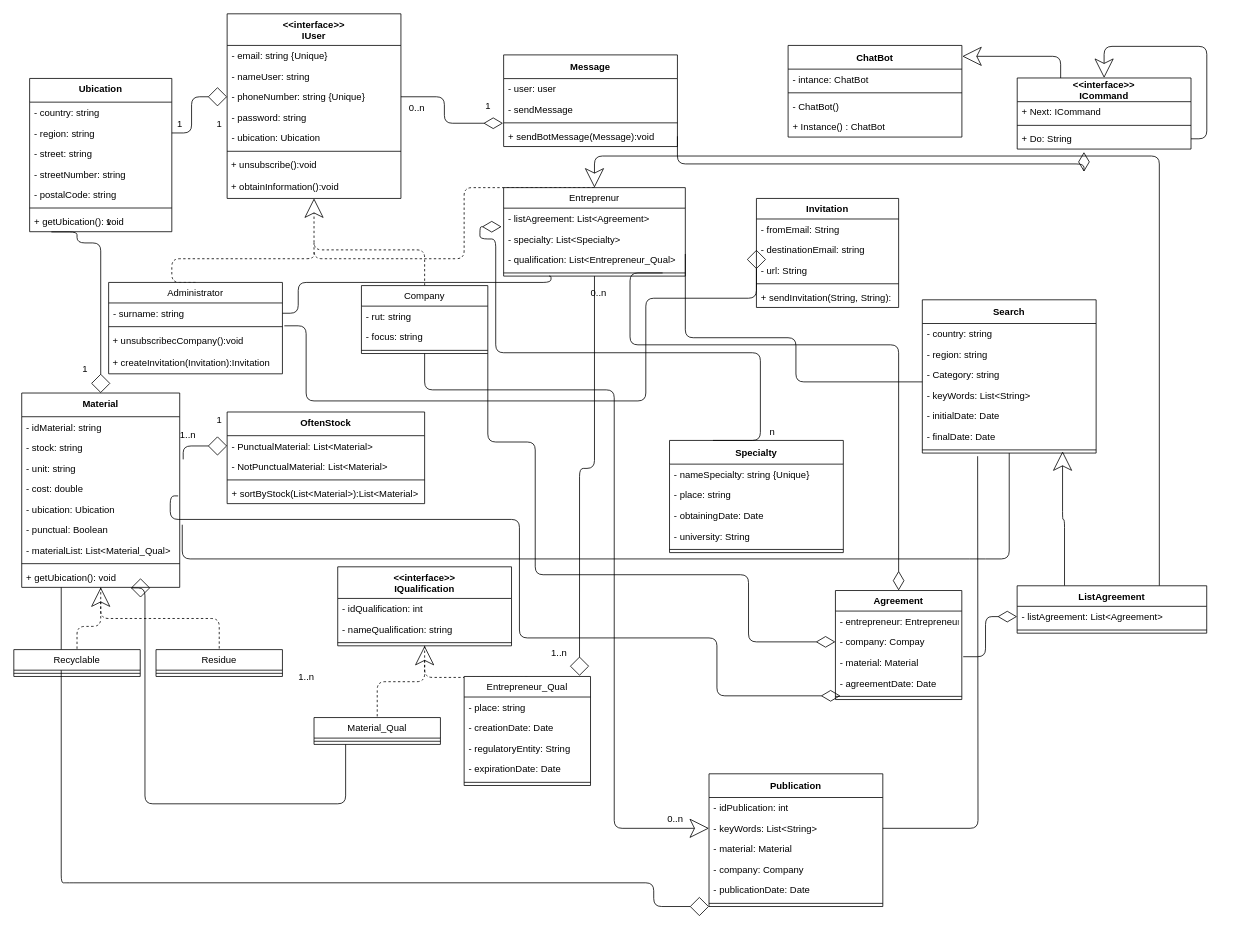
This is docs/DiagramaDeClases.drawio from kevinalvarezvicente/Final_Work_PII_2021, a draw.io file, before an edit. Source tidied: cells renumbered, new cells numbered last; positions are measured from the earlier drawing's top-left corner, leaving out a move shared by most shapes. Both pictures are drawn from the tidied source at 79%, with x=0, y=0 at pixel (13, 13).
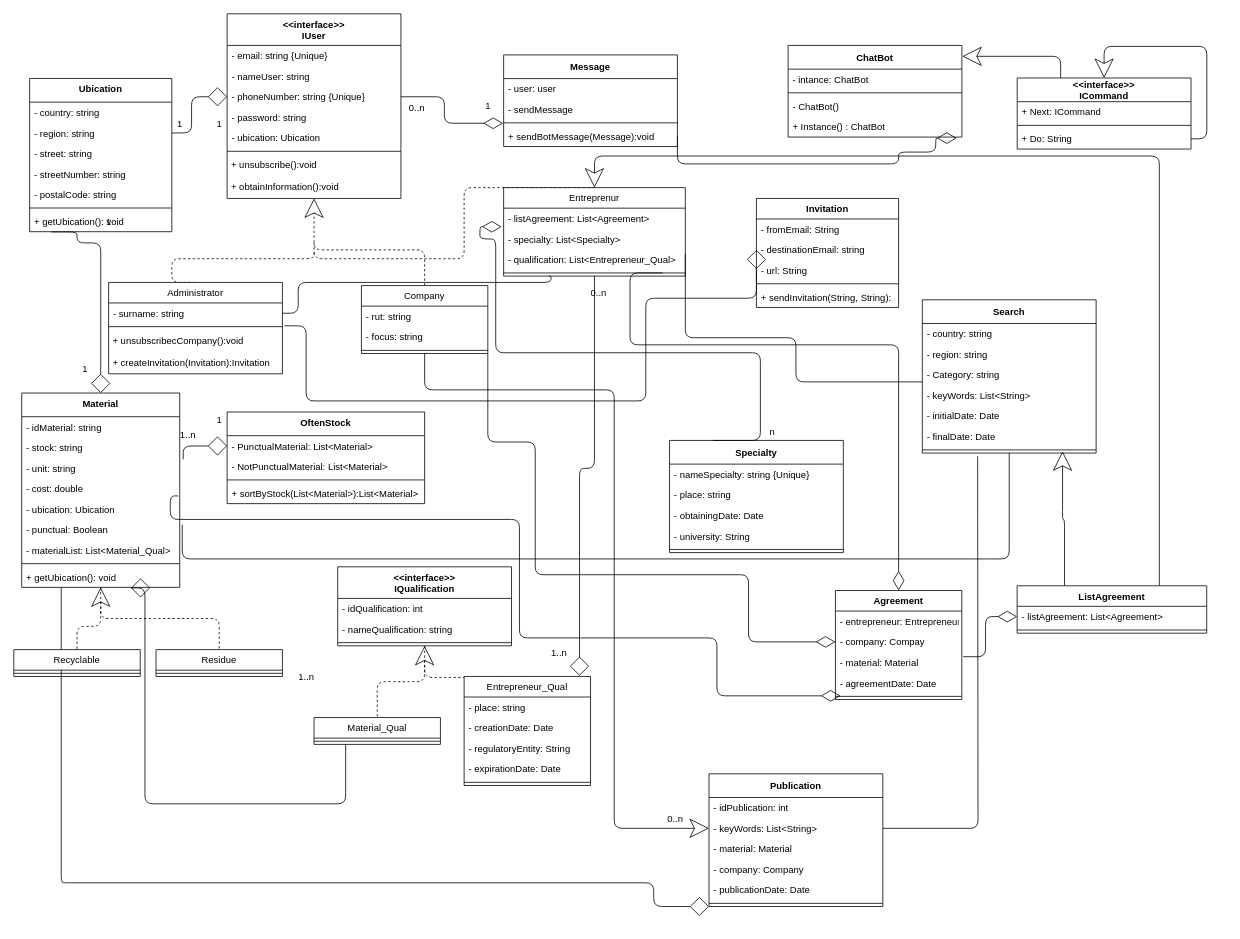
The same page after the edit.

Unchanged cells that the change refers to:
```xml
<mxCell id="101" value="+ Do: String" style="text;strokeColor=none;fillColor=none;align=left;verticalAlign=top;spacingLeft=4;spacingRight=4;overflow=hidden;points=[[0,0.5],[1,0.5]];portConstraint=eastwest;" parent="97" vertex="1">
  <mxGeometry y="64" width="220" height="26" as="geometry" />
</mxCell>
<mxCell id="107" value="+ Instance() : ChatBot" style="text;strokeColor=none;fillColor=none;align=left;verticalAlign=top;spacingLeft=4;spacingRight=4;overflow=hidden;points=[[0,0.5],[1,0.5]];portConstraint=eastwest;" parent="103" vertex="1">
  <mxGeometry y="90" width="220" height="26" as="geometry" />
</mxCell>
<mxCell id="160" value="+ sendBotMessage(Message):void" style="text;strokeColor=none;fillColor=none;align=left;verticalAlign=top;spacingLeft=4;spacingRight=4;overflow=hidden;points=[[0,0.5],[1,0.5]];portConstraint=eastwest;" parent="156" vertex="1">
  <mxGeometry y="90" width="220" height="26" as="geometry" />
</mxCell>
```

What changed in the source:
```diff
@@
-    <mxCell id="163" style="edgeStyle=orthogonalEdgeStyle;rounded=1;jettySize=auto;html=1;exitX=1;exitY=0.5;exitDx=0;exitDy=0;entryX=0.384;entryY=1.144;entryDx=0;entryDy=0;entryPerimeter=0;startArrow=none;startFill=0;startSize=22;sourcePerimeterSpacing=22;endArrow=diamondThin;endFill=0;endSize=22;targetPerimeterSpacing=18;" parent="1" edge="1" source="160" target="101">
+    <mxCell id="163" style="edgeStyle=orthogonalEdgeStyle;rounded=1;jettySize=auto;html=1;exitX=1;exitY=0.5;exitDx=0;exitDy=0;startArrow=none;startFill=0;startSize=22;sourcePerimeterSpacing=22;endArrow=diamondThin;endFill=0;endSize=22;targetPerimeterSpacing=18;entryX=0.97;entryY=1.05;entryDx=0;entryDy=0;entryPerimeter=0;" parent="1" edge="1" source="160" target="107">
       <mxGeometry relative="1" as="geometry">
         <Array as="points">
           <mxPoint x="840" y="190" />
-          <mxPoint x="1355" y="190" />
+          <mxPoint x="1120" y="190" />
+          <mxPoint x="1120" y="175" />
+          <mxPoint x="1167" y="175" />
+          <mxPoint x="1167" y="157" />
         </Array>
       </mxGeometry>
     </mxCell>
```
